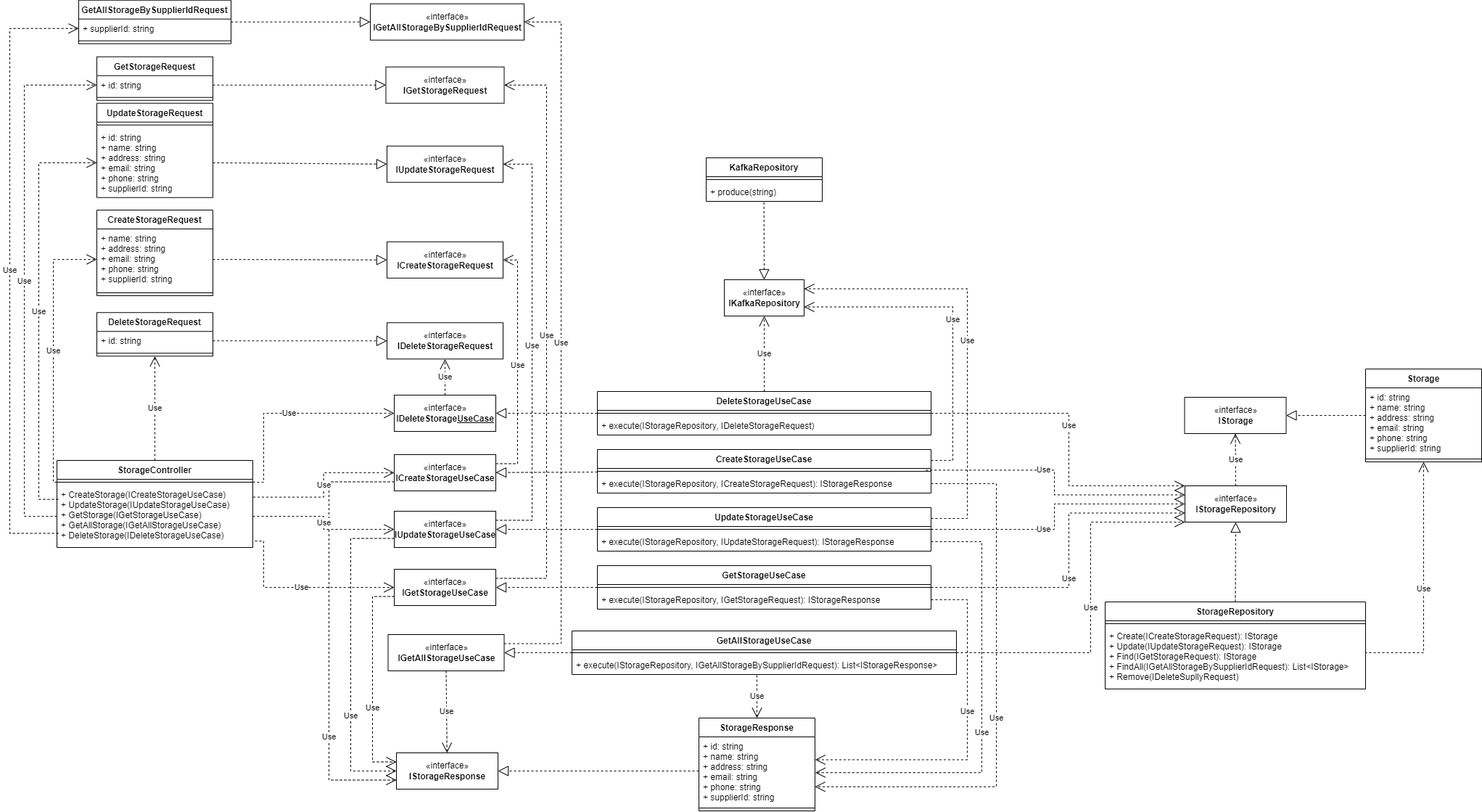
The draw.io diagram project/diagrams/class-diagrams/storages-service/png/storages-service.png in bitols/logistics-services-management, before a commit. Source tidied: cells renumbered, new cells last; positions are measured from the earlier drawing's top-left corner, leaving out a move shared by most shapes.
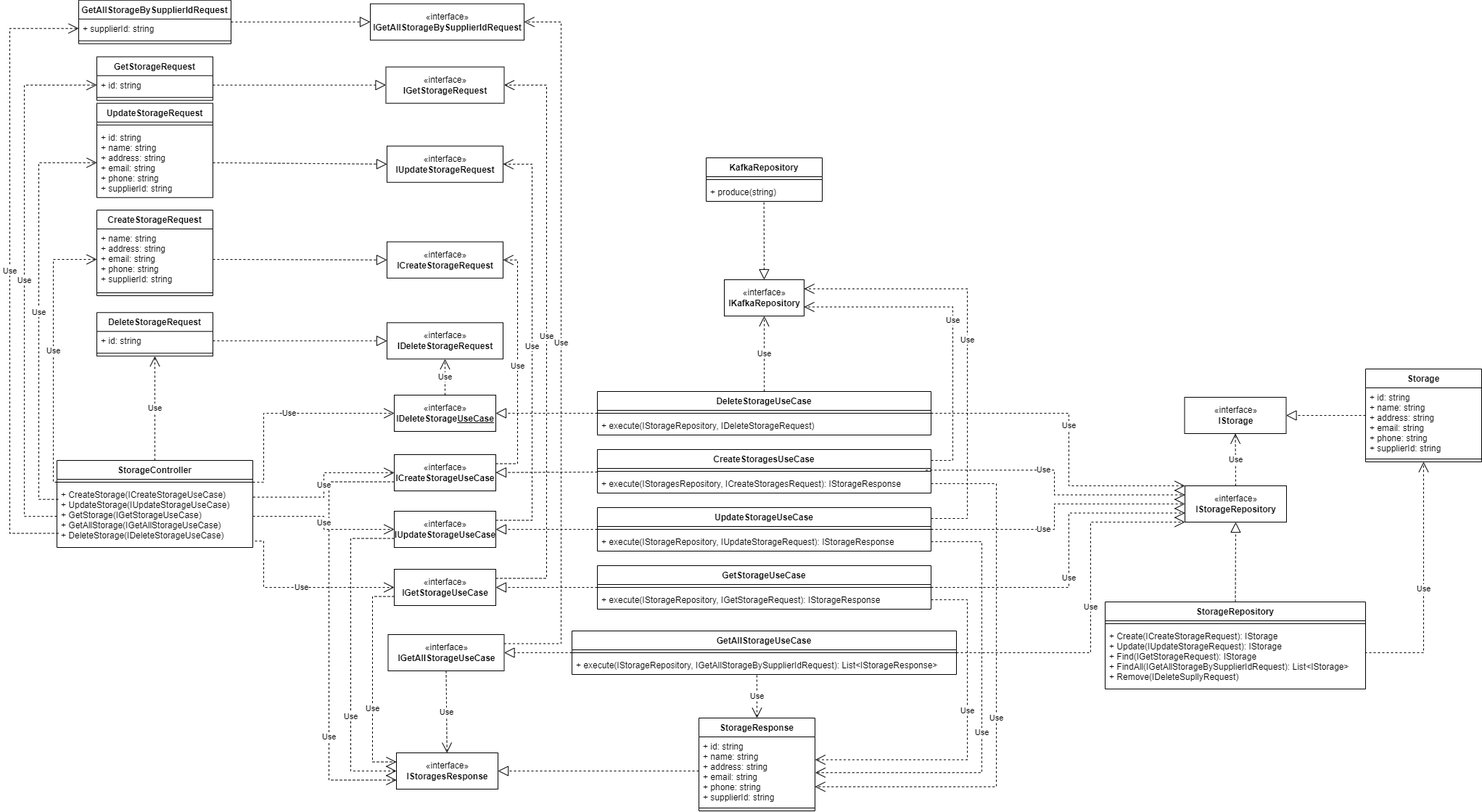
Above is the later version.

Diff of the diagram source:
```diff
@@ -5,7 +5,7 @@
     <mxCell id="2" style="endArrow=block;dashed=1;endFill=0;endSize=12;html=1;rounded=0;exitX=0;exitY=0.5;exitDx=0;exitDy=0;entryX=1;entryY=0.5;entryDx=0;entryDy=0;" parent="1" edge="1" source="49" target="3">
       <mxGeometry relative="1" as="geometry" />
     </mxCell>
-    <mxCell id="3" value="«interface»&lt;br&gt;&lt;b&gt;IStorageResponse&lt;/b&gt;" style="html=1;" parent="1" vertex="1">
+    <mxCell id="3" value="«interface»&lt;br&gt;&lt;b&gt;IStoragesResponse&lt;/b&gt;" style="html=1;" parent="1" vertex="1">
       <mxGeometry x="533" y="1037" width="140" height="50" as="geometry" />
     </mxCell>
     <mxCell id="4" style="endArrow=block;dashed=1;endFill=0;endSize=12;html=1;rounded=0;" parent="1" edge="1" source="11" target="22">
@@ -20,13 +20,13 @@
     <mxCell id="7" style="endArrow=block;dashed=1;endFill=0;endSize=12;html=1;rounded=0;" parent="1" edge="1" source="17" target="24">
       <mxGeometry relative="1" as="geometry" />
     </mxCell>
-    <mxCell id="8" value="CreateStorageUseCase" style="swimlane;fontStyle=1;align=center;verticalAlign=top;horizontal=1;startSize=26;" parent="1" vertex="1">
+    <mxCell id="8" value="CreateStoragesUseCase" style="swimlane;fontStyle=1;align=center;verticalAlign=top;horizontal=1;startSize=26;" parent="1" vertex="1">
       <mxGeometry x="810" y="619" width="460" height="60" as="geometry" />
     </mxCell>
     <mxCell id="9" style="line;strokeWidth=1;fillColor=none;align=left;verticalAlign=middle;spacingTop=-1;spacingLeft=3;spacingRight=3;labelPosition=right;points=[];portConstraint=eastwest;" parent="8" vertex="1">
       <mxGeometry y="26" width="460" height="8" as="geometry" />
     </mxCell>
-    <mxCell id="10" value="+ execute(IStorageRepository, ICreateStorageRequest): IStorageResponse" style="text;strokeColor=none;fillColor=none;align=left;verticalAlign=top;spacingLeft=4;spacingRight=4;overflow=hidden;points=[[0,0.5],[1,0.5]];portConstraint=eastwest;" parent="8" vertex="1">
+    <mxCell id="10" value="+ execute(IStoragesRepository, ICreateStoragesRequest): IStorageResponse" style="text;strokeColor=none;fillColor=none;align=left;verticalAlign=top;spacingLeft=4;spacingRight=4;overflow=hidden;points=[[0,0.5],[1,0.5]];portConstraint=eastwest;" parent="8" vertex="1">
       <mxGeometry y="34" width="460" height="26" as="geometry" />
     </mxCell>
     <mxCell id="11" value="UpdateStorageUseCase" style="swimlane;fontStyle=1;align=center;verticalAlign=top;horizontal=1;startSize=26;" parent="1" vertex="1">
```
